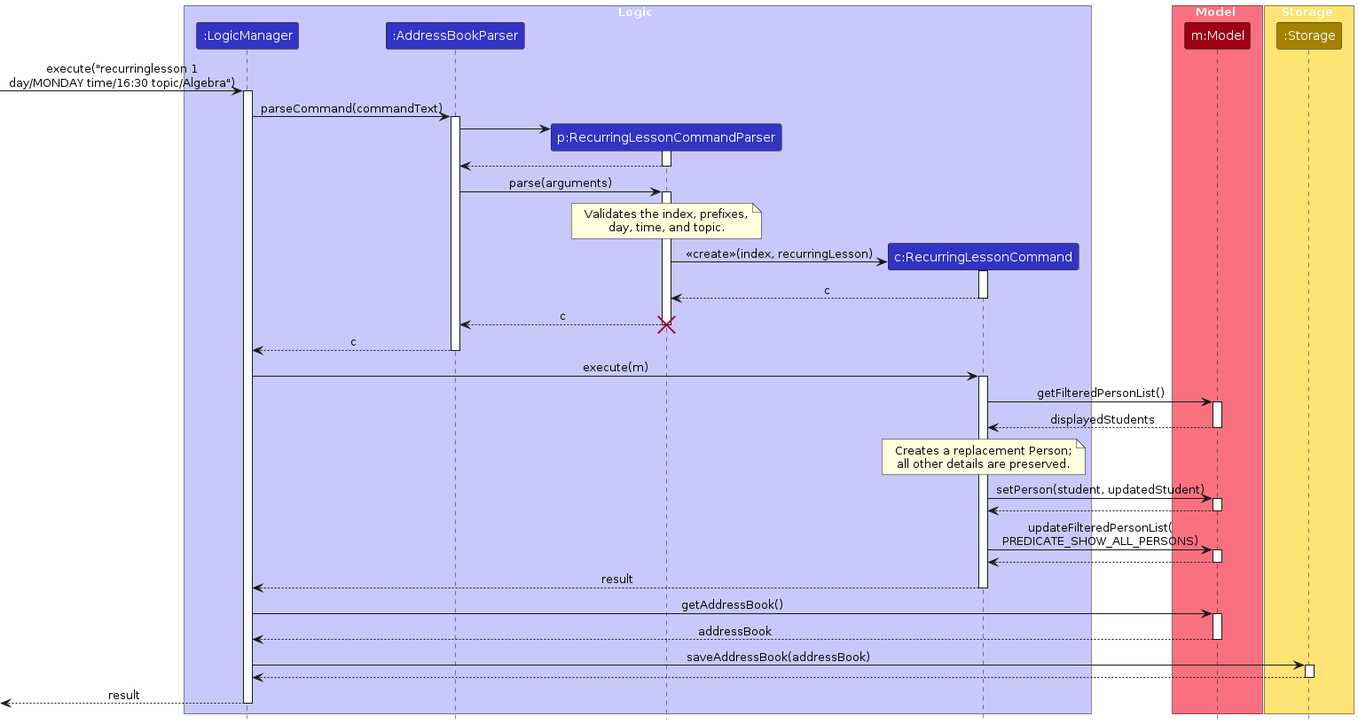
This is diagrams/RecurringLessonSequenceDiagram.png from weijun72/tp, a PlantUML export, as it was before one commit. Its source is kept beside it as diagrams/RecurringLessonSequenceDiagram.puml.
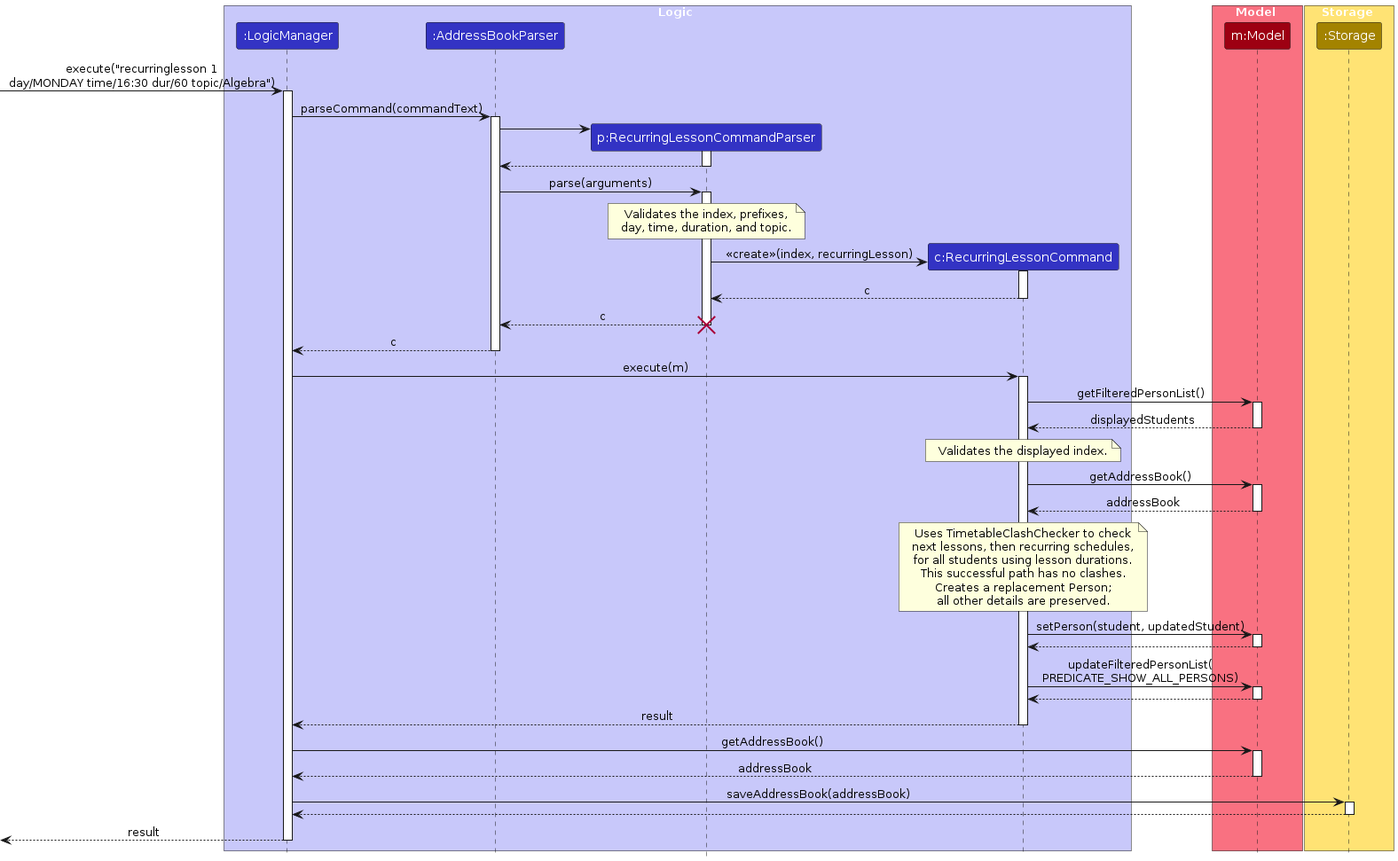
Later version of the same file.

The edit, as a diff of the source:
```diff
@@ -17,7 +17,7 @@
 participant ":Storage" as Storage STORAGE_COLOR
 end box
 
-[-> LogicManager : execute("recurringlesson 1\nday/MONDAY time/16:30 topic/Algebra")
+[-> LogicManager : execute("recurringlesson 1\nday/MONDAY time/16:30 dur/60 topic/Algebra")
 activate LogicManager
 
 LogicManager -> AddressBookParser : parseCommand(commandText)
@@ -33,7 +33,7 @@
 activate RecurringLessonCommandParser
 note over RecurringLessonCommandParser
     Validates the index, prefixes,
-    day, time, and topic.
+    day, time, duration, and topic.
 end note
 
 create RecurringLessonCommand
@@ -58,6 +58,19 @@
 deactivate Model
 
 note over RecurringLessonCommand
+    Validates the displayed index.
+end note
+
+RecurringLessonCommand -> Model : getAddressBook()
+activate Model
+Model --> RecurringLessonCommand : addressBook
+deactivate Model
+
+note over RecurringLessonCommand
+    Uses TimetableClashChecker to check
+    next lessons, then recurring schedules,
+    for all students using lesson durations.
+    This successful path has no clashes.
     Creates a replacement Person;
     all other details are preserved.
 end note
```
